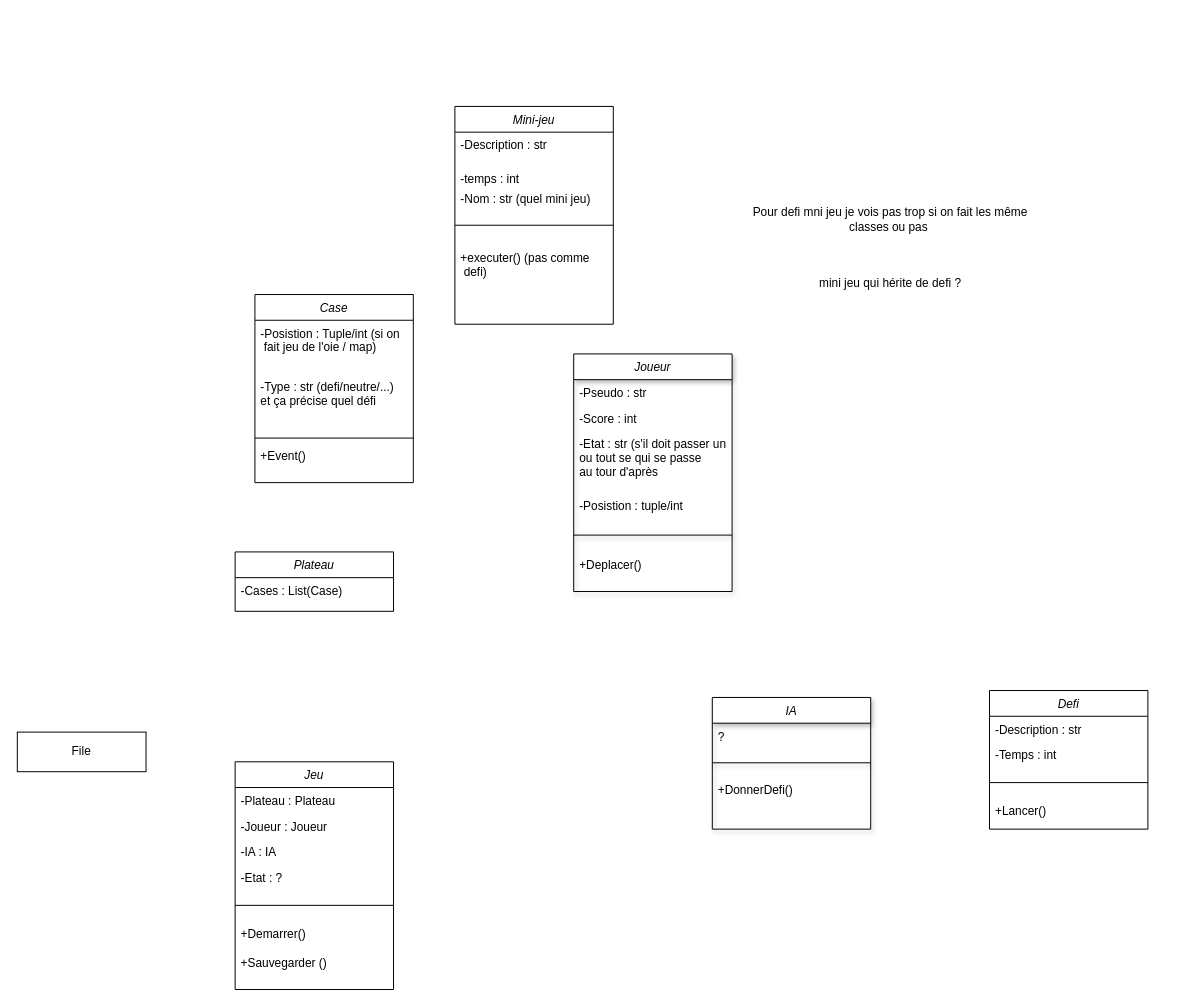
The draw.io diagram ulm.drawio in Arthur-citizen/Projet-dev-2-Jeu-Loufoque, before the edit. Source tidied: cells renumbered, new cells numbered last; positions are measured from the earlier drawing's top-left corner, leaving out a move shared by most shapes. Both pictures are drawn from the tidied source at 99%, with x=0, y=0 at pixel (17, 106).
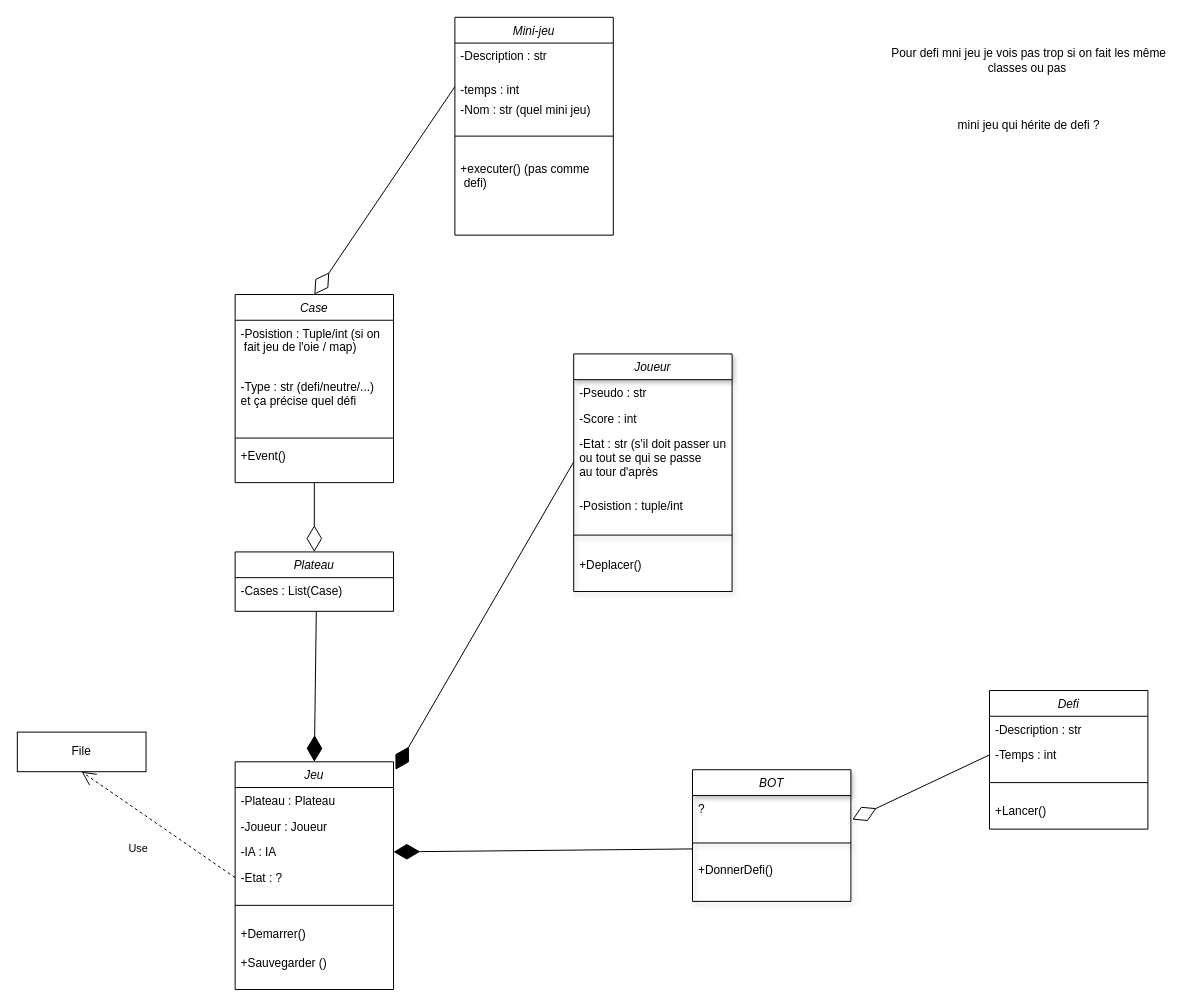
The same diagram, later.

The change refers to these unchanged cells:
```xml
<mxCell id="2" value="Jeu" style="swimlane;fontStyle=2;align=center;verticalAlign=top;horizontal=1;startSize=26;rounded=0;shadow=0;strokeWidth=1;" parent="1" vertex="1">
  <mxGeometry x="220" y="662" width="160" height="230" as="geometry" />
</mxCell>
<mxCell id="5" value="-IA : IA" style="text;align=left;verticalAlign=top;spacingLeft=4;spacingRight=4;overflow=hidden;points=[[0,0.5],[1,0.5]];portConstraint=eastwest;rounded=0;shadow=0;html=0;" parent="2" vertex="1">
  <mxGeometry y="78" width="160" height="26" as="geometry" />
</mxCell>
<mxCell id="6" value="-Etat : ?" style="text;align=left;verticalAlign=top;spacingLeft=4;spacingRight=4;overflow=hidden;points=[[0,0.5],[1,0.5]];portConstraint=eastwest;rounded=0;shadow=0;html=0;" parent="2" vertex="1">
  <mxGeometry y="104" width="160" height="26" as="geometry" />
</mxCell>
<mxCell id="11" value="File" style="whiteSpace=wrap;html=1;" parent="10" vertex="1">
  <mxGeometry y="10" width="130" height="40" as="geometry" />
</mxCell>
<mxCell id="12" value="Plateau" style="swimlane;fontStyle=2;align=center;verticalAlign=top;horizontal=1;startSize=26;rounded=0;shadow=0;strokeWidth=1;" parent="1" vertex="1">
  <mxGeometry x="220" y="450" width="160" height="60" as="geometry" />
</mxCell>
<mxCell id="16" value="-temps : int" style="text;align=left;verticalAlign=top;spacingLeft=4;spacingRight=4;overflow=hidden;points=[[0,0.5],[1,0.5]];portConstraint=eastwest;rounded=0;shadow=0;html=0;" parent="14" vertex="1">
  <mxGeometry y="60" width="160" height="20" as="geometry" />
</mxCell>
<mxCell id="23" value="-Etat : str (s'il doit passer un&#10;ou tout se qui se passe &#10;au tour d'après" style="text;align=left;verticalAlign=top;spacingLeft=4;spacingRight=4;overflow=hidden;points=[[0,0.5],[1,0.5]];portConstraint=eastwest;shadow=1;" parent="20" vertex="1">
  <mxGeometry y="78" width="160" height="62" as="geometry" />
</mxCell>
<mxCell id="33" value="-Temps : int" style="text;align=left;verticalAlign=top;spacingLeft=4;spacingRight=4;overflow=hidden;points=[[0,0.5],[1,0.5]];portConstraint=eastwest;rounded=0;shadow=0;html=0;" parent="31" vertex="1">
  <mxGeometry y="52" width="160" height="26" as="geometry" />
</mxCell>
```

Change to the diagram source:
```diff
@@
     <mxCell id="14" value="Mini-jeu" style="swimlane;fontStyle=2;align=center;verticalAlign=top;horizontal=1;startSize=26;rounded=0;shadow=0;strokeWidth=1;" parent="1" vertex="1">
-      <mxGeometry x="442" width="160" height="220" as="geometry" />
+      <mxGeometry x="442" y="-90" width="160" height="220" as="geometry" />
     </mxCell>
@@
-    <mxCell id="27" value="IA" style="swimlane;fontStyle=2;align=center;verticalAlign=top;horizontal=1;startSize=26;rounded=0;shadow=1;strokeWidth=1;" parent="1" vertex="1">
-      <mxGeometry x="702" y="597" width="160" height="133" as="geometry" />
+    <mxCell id="27" value="BOT" style="swimlane;fontStyle=2;align=center;verticalAlign=top;horizontal=1;startSize=26;rounded=0;shadow=1;strokeWidth=1;" parent="1" vertex="1">
+      <mxGeometry x="682" y="670" width="160" height="133" as="geometry" />
     </mxCell>
     <mxCell id="28" value="?" style="text;align=left;verticalAlign=top;spacingLeft=4;spacingRight=4;overflow=hidden;points=[[0,0.5],[1,0.5]];portConstraint=eastwest;shadow=1;" parent="27" vertex="1">
-      <mxGeometry y="26" width="160" height="26" as="geometry" />
+      <mxGeometry y="26" width="160" height="34" as="geometry" />
     </mxCell>
     <mxCell id="29" style="line;html=1;strokeWidth=1;align=left;verticalAlign=middle;spacingTop=-1;spacingLeft=3;spacingRight=3;labelPosition=right;shadow=1;" parent="27" vertex="1">
-      <mxGeometry y="52" width="160" height="28" as="geometry" />
+      <mxGeometry y="60" width="160" height="28" as="geometry" />
     </mxCell>
     <mxCell id="30" value="+DonnerDefi()" style="text;align=left;verticalAlign=top;spacingLeft=4;spacingRight=4;overflow=hidden;shadow=1;" parent="27" vertex="1">
-      <mxGeometry y="80" width="160" height="40" as="geometry" />
+      <mxGeometry y="88" width="160" height="40" as="geometry" />
     </mxCell>
@@
     <mxCell id="36" value="Case" style="swimlane;fontStyle=2;align=center;verticalAlign=top;horizontal=1;startSize=26;rounded=0;shadow=0;strokeWidth=1;" parent="1" vertex="1">
-      <mxGeometry x="240" y="190" width="160" height="190" as="geometry" />
+      <mxGeometry x="220" y="190" width="160" height="190" as="geometry" />
     </mxCell>
@@
     <mxCell id="41" value="Pour defi mni jeu je vois pas trop si on fait les même classes ou pas&amp;nbsp;&lt;div&gt;&lt;br&gt;&lt;/div&gt;&lt;div&gt;&lt;br&gt;&lt;/div&gt;&lt;div&gt;&lt;br&gt;&lt;/div&gt;&lt;div&gt;mini jeu qui hérite de defi ?&lt;/div&gt;&lt;div&gt;&lt;br&gt;&lt;/div&gt;" style="text;strokeColor=none;align=center;fillColor=none;html=1;verticalAlign=middle;whiteSpace=wrap;rounded=0;" parent="1" vertex="1">
-      <mxGeometry x="742" y="70" width="280" height="160" as="geometry" />
+      <mxGeometry x="882" y="-90" width="280" height="160" as="geometry" />
     </mxCell>
+    <mxCell id="42" style="endArrow=diamondThin;endFill=1;endSize=24;html=1;rounded=0;entryX=0.5;entryY=0;entryDx=0;entryDy=0;" parent="1" edge="1" target="2">
+      <mxGeometry relative="1" as="geometry">
+        <mxPoint x="302" y="510" as="sourcePoint" />
+      </mxGeometry>
+    </mxCell>
+    <mxCell id="43" style="endArrow=diamondThin;endFill=0;endSize=24;html=1;rounded=0;exitX=0.5;exitY=1;exitDx=0;exitDy=0;entryX=0.5;entryY=0;entryDx=0;entryDy=0;" parent="1" edge="1" source="36" target="12">
+      <mxGeometry relative="1" as="geometry" />
+    </mxCell>
+    <mxCell id="44" value="Use" style="endArrow=open;endSize=12;dashed=1;html=1;rounded=0;exitX=0;exitY=0.5;exitDx=0;exitDy=0;entryX=0.5;entryY=1;entryDx=0;entryDy=0;" parent="1" edge="1" source="6" target="11">
+      <mxGeometry x="0.03" y="32" relative="1" as="geometry" />
+    </mxCell>
+    <mxCell id="45" style="endArrow=diamondThin;endFill=1;endSize=24;html=1;rounded=0;exitX=0;exitY=0.5;exitDx=0;exitDy=0;" parent="1" edge="1" source="23">
+      <mxGeometry relative="1" as="geometry">
+        <mxPoint x="382" y="670" as="targetPoint" />
+      </mxGeometry>
+    </mxCell>
+    <mxCell id="46" style="endArrow=diamondThin;endFill=0;endSize=24;html=1;rounded=0;exitX=0;exitY=0.5;exitDx=0;exitDy=0;entryX=0.5;entryY=0;entryDx=0;entryDy=0;" parent="1" edge="1" source="16" target="36">
+      <mxGeometry relative="1" as="geometry" />
+    </mxCell>
+    <mxCell id="47" style="endArrow=diamondThin;endFill=1;endSize=24;html=1;rounded=0;entryX=1;entryY=0.5;entryDx=0;entryDy=0;" parent="1" edge="1" target="5">
+      <mxGeometry relative="1" as="geometry">
+        <mxPoint x="682" y="750" as="sourcePoint" />
+      </mxGeometry>
+    </mxCell>
+    <mxCell id="48" style="endArrow=diamondThin;endFill=0;endSize=24;html=1;rounded=0;entryX=1.009;entryY=0.717;entryDx=0;entryDy=0;entryPerimeter=0;exitX=0;exitY=0.5;exitDx=0;exitDy=0;" parent="1" edge="1" source="33" target="28">
+      <mxGeometry relative="1" as="geometry" />
+    </mxCell>
```
